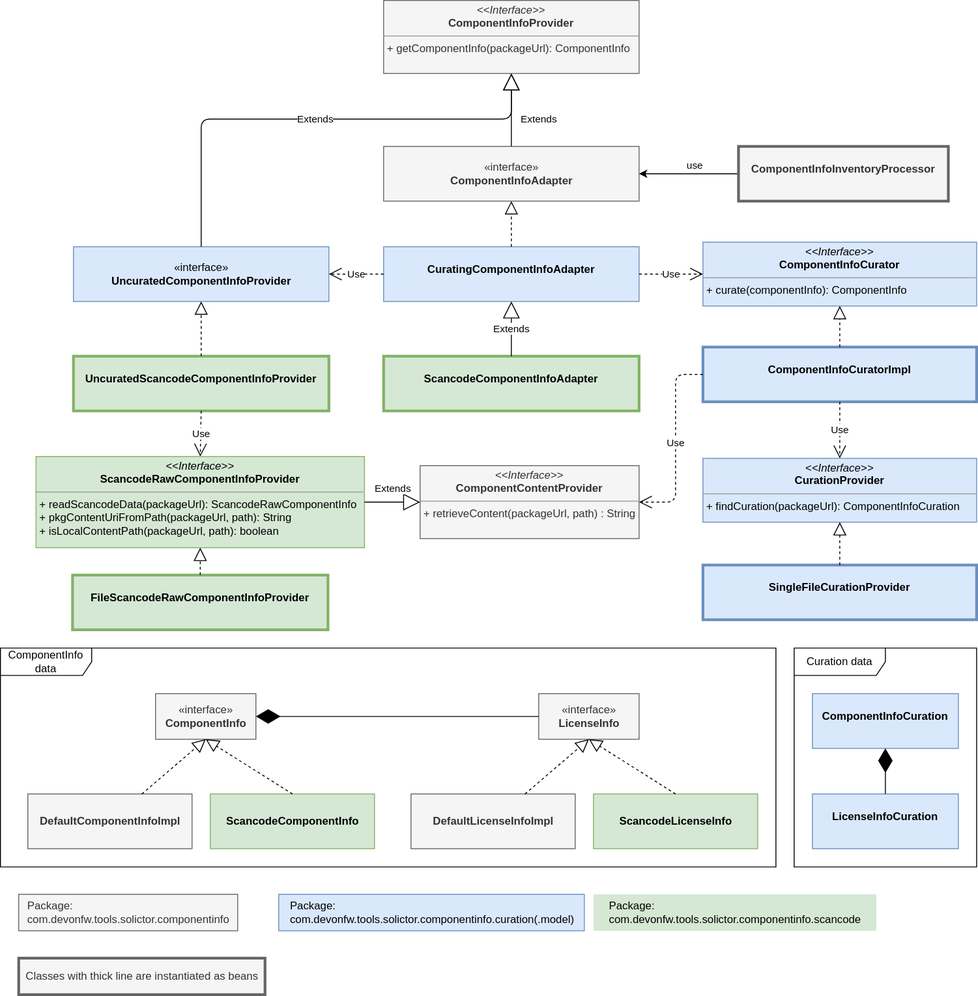
devonfw/solicitor keeps this draw.io diagram as core/src/main/java/com/devonfw/tools/solicitor/componentinfo/doc-files/componentinfo_classes.drawio.svg. Above is the earlier version. Source tidied: cells renumbered, new cells last; positions are measured from the earlier drawing's top-left corner, leaving out a move shared by most shapes.
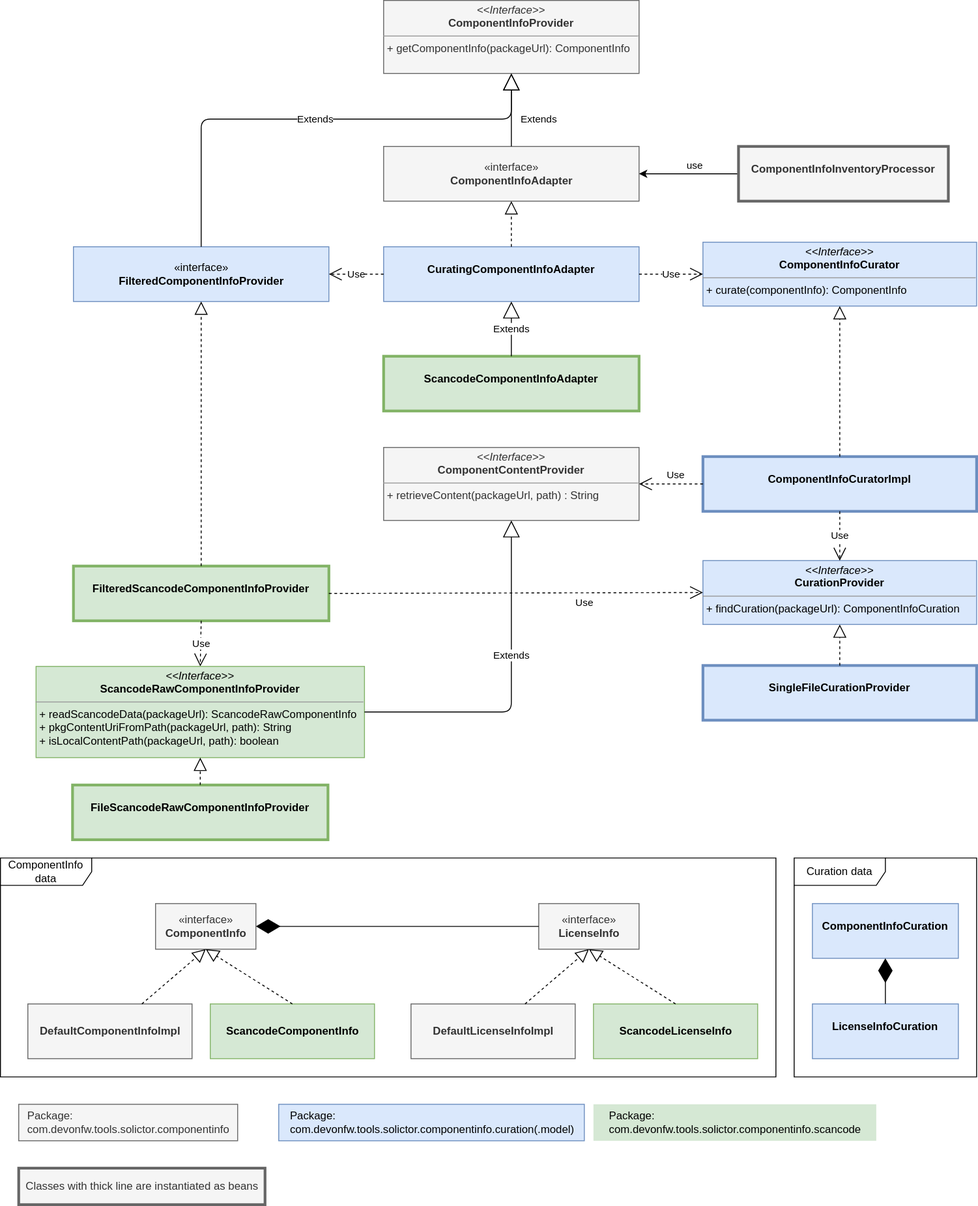
The same diagram one commit later.

The edit, as a diff of the source:
```diff
@@ -27,10 +27,10 @@
       <mxGeometry relative="1" as="geometry" />
     </mxCell>
     <mxCell id="10" value="&lt;p style=&quot;margin: 0px ; margin-top: 4px ; text-align: center&quot;&gt;&lt;i&gt;&amp;lt;&amp;lt;Interface&amp;gt;&amp;gt;&lt;/i&gt;&lt;br&gt;&lt;b&gt;ComponentInfoProvider&lt;/b&gt;&lt;/p&gt;&lt;hr size=&quot;1&quot;&gt;&lt;p style=&quot;margin: 0px ; margin-left: 4px&quot;&gt;&lt;span&gt;+ getComponentInfo(packageUrl): ComponentInfo&lt;/span&gt;&lt;/p&gt;&lt;p style=&quot;margin: 0px ; margin-left: 4px&quot;&gt;&lt;br&gt;&lt;/p&gt;" style="verticalAlign=top;align=left;overflow=fill;fontSize=12;fontFamily=Helvetica;html=1;fillColor=#f5f5f5;strokeColor=#666666;fontColor=#333333;" parent="1" vertex="1">
-      <mxGeometry x="420" width="280" height="80" as="geometry" />
+      <mxGeometry x="420" y="-230" width="280" height="80" as="geometry" />
     </mxCell>
     <mxCell id="11" value="«interface»&lt;br&gt;&lt;b&gt;ComponentInfoAdapter&lt;/b&gt;" style="html=1;fillColor=#f5f5f5;strokeColor=#666666;fontColor=#333333;" parent="1" vertex="1">
-      <mxGeometry x="420" y="160" width="280" height="60" as="geometry" />
+      <mxGeometry x="420" y="-70" width="280" height="60" as="geometry" />
     </mxCell>
     <mxCell id="12" value="Extends" style="endArrow=block;endSize=16;endFill=0;html=1;entryX=0.5;entryY=1;entryDx=0;entryDy=0;exitX=0.5;exitY=0;exitDx=0;exitDy=0;" parent="1" edge="1" source="11" target="10">
       <mxGeometry x="-0.25" y="-30" relative="1" as="geometry" />
@@ -44,28 +44,28 @@
       </mxGeometry>
     </mxCell>
     <mxCell id="15" value="&lt;p style=&quot;margin: 0px ; margin-top: 4px ; text-align: center&quot;&gt;&lt;br&gt;&lt;b&gt;ComponentInfoInventoryProcessor&lt;/b&gt;&lt;/p&gt;" style="verticalAlign=top;align=left;overflow=fill;fontSize=12;fontFamily=Helvetica;html=1;fillColor=#f5f5f5;strokeColor=#666666;fontColor=#333333;strokeWidth=3;" parent="1" vertex="1">
-      <mxGeometry x="809" y="160" width="230" height="60" as="geometry" />
+      <mxGeometry x="809" y="-70" width="230" height="60" as="geometry" />
     </mxCell>
-    <mxCell id="16" value="«interface»&lt;br&gt;&lt;b&gt;UncuratedComponentInfoProvider&lt;/b&gt;" style="html=1;fillColor=#dae8fc;strokeColor=#6c8ebf;" parent="1" vertex="1">
-      <mxGeometry x="80" y="270" width="280" height="60" as="geometry" />
+    <mxCell id="16" value="«interface»&lt;br&gt;&lt;b&gt;FilteredComponentInfoProvider&lt;/b&gt;" style="html=1;fillColor=#dae8fc;strokeColor=#6c8ebf;" parent="1" vertex="1">
+      <mxGeometry x="80" y="40" width="280" height="60" as="geometry" />
     </mxCell>
     <mxCell id="17" value="Extends" style="endArrow=block;endSize=16;endFill=0;html=1;exitX=0.5;exitY=0;exitDx=0;exitDy=0;edgeStyle=orthogonalEdgeStyle;" parent="1" edge="1" source="16">
       <mxGeometry relative="1" as="geometry">
-        <mxPoint x="560" y="80" as="targetPoint" />
+        <mxPoint x="560" y="-150" as="targetPoint" />
         <Array as="points">
-          <mxPoint x="220" y="130" />
-          <mxPoint x="560" y="130" />
+          <mxPoint x="220" y="-100" />
+          <mxPoint x="560" y="-100" />
         </Array>
       </mxGeometry>
     </mxCell>
     <mxCell id="18" value="&lt;p style=&quot;margin: 0px ; margin-top: 4px ; text-align: center&quot;&gt;&lt;br&gt;&lt;b&gt;CuratingComponentInfoAdapter&lt;/b&gt;&lt;/p&gt;" style="verticalAlign=top;align=left;overflow=fill;fontSize=12;fontFamily=Helvetica;html=1;fillColor=#dae8fc;strokeColor=#6c8ebf;" parent="1" vertex="1">
-      <mxGeometry x="420" y="270" width="280" height="60" as="geometry" />
+      <mxGeometry x="420" y="40" width="280" height="60" as="geometry" />
     </mxCell>
     <mxCell id="19" style="endArrow=block;dashed=1;endFill=0;endSize=12;html=1;exitX=0.5;exitY=0;exitDx=0;exitDy=0;entryX=0.5;entryY=1;entryDx=0;entryDy=0;" parent="1" edge="1" source="18" target="11">
       <mxGeometry relative="1" as="geometry" />
     </mxCell>
     <mxCell id="20" value="&lt;p style=&quot;margin: 0px ; margin-top: 4px ; text-align: center&quot;&gt;&lt;i&gt;&amp;lt;&amp;lt;Interface&amp;gt;&amp;gt;&lt;/i&gt;&lt;br&gt;&lt;b&gt;ComponentInfoCurator&lt;/b&gt;&lt;/p&gt;&lt;hr size=&quot;1&quot;&gt;&lt;p style=&quot;margin: 0px ; margin-left: 4px&quot;&gt;+ curate(componentInfo): ComponentInfo&lt;br&gt;&lt;/p&gt;" style="verticalAlign=top;align=left;overflow=fill;fontSize=12;fontFamily=Helvetica;html=1;fillColor=#dae8fc;strokeColor=#6c8ebf;" parent="1" vertex="1">
-      <mxGeometry x="770" y="265" width="300" height="70" as="geometry" />
+      <mxGeometry x="770" y="35" width="300" height="70" as="geometry" />
     </mxCell>
     <mxCell id="21" value="Use" style="endArrow=open;endSize=12;dashed=1;html=1;exitX=1;exitY=0.5;exitDx=0;exitDy=0;entryX=0;entryY=0.5;entryDx=0;entryDy=0;" parent="1" edge="1" source="18" target="20">
       <mxGeometry relative="1" as="geometry" />
@@ -74,19 +74,19 @@
       <mxGeometry relative="1" as="geometry" />
     </mxCell>
     <mxCell id="23" value="&lt;p style=&quot;margin: 0px ; margin-top: 4px ; text-align: center&quot;&gt;&lt;br&gt;&lt;b&gt;ComponentInfoCuratorImpl&lt;/b&gt;&lt;/p&gt;" style="verticalAlign=top;align=left;overflow=fill;fontSize=12;fontFamily=Helvetica;html=1;fillColor=#dae8fc;strokeColor=#6c8ebf;strokeWidth=3;" parent="1" vertex="1">
-      <mxGeometry x="770" y="380" width="300" height="60" as="geometry" />
+      <mxGeometry x="770" y="270" width="300" height="60" as="geometry" />
     </mxCell>
     <mxCell id="24" style="endArrow=block;dashed=1;endFill=0;endSize=12;html=1;exitX=0.5;exitY=0;exitDx=0;exitDy=0;" parent="1" edge="1" source="23" target="20">
       <mxGeometry relative="1" as="geometry" />
     </mxCell>
     <mxCell id="25" value="&lt;p style=&quot;margin: 0px ; margin-top: 4px ; text-align: center&quot;&gt;&lt;i&gt;&amp;lt;&amp;lt;Interface&amp;gt;&amp;gt;&lt;/i&gt;&lt;br&gt;&lt;b&gt;CurationProvider&lt;/b&gt;&lt;/p&gt;&lt;hr size=&quot;1&quot;&gt;&lt;p style=&quot;margin: 0px ; margin-left: 4px&quot;&gt;+ findCuration(packageUrl): ComponentInfoCuration&lt;br&gt;&lt;/p&gt;" style="verticalAlign=top;align=left;overflow=fill;fontSize=12;fontFamily=Helvetica;html=1;fillColor=#dae8fc;strokeColor=#6c8ebf;" parent="1" vertex="1">
-      <mxGeometry x="770" y="502" width="300" height="70" as="geometry" />
+      <mxGeometry x="770" y="384" width="300" height="70" as="geometry" />
     </mxCell>
     <mxCell id="26" value="Use" style="endArrow=open;endSize=12;dashed=1;html=1;entryX=0.5;entryY=0;entryDx=0;entryDy=0;exitX=0.5;exitY=1;exitDx=0;exitDy=0;" parent="1" edge="1" source="23" target="25">
       <mxGeometry relative="1" as="geometry" />
     </mxCell>
     <mxCell id="27" value="&lt;p style=&quot;margin: 0px ; margin-top: 4px ; text-align: center&quot;&gt;&lt;br&gt;&lt;b&gt;SingleFileCurationProvider&lt;/b&gt;&lt;/p&gt;" style="verticalAlign=top;align=left;overflow=fill;fontSize=12;fontFamily=Helvetica;html=1;fillColor=#dae8fc;strokeColor=#6c8ebf;strokeWidth=3;" parent="1" vertex="1">
-      <mxGeometry x="770" y="619" width="300" height="60" as="geometry" />
+      <mxGeometry x="770" y="499" width="300" height="60" as="geometry" />
     </mxCell>
     <mxCell id="28" style="endArrow=block;dashed=1;endFill=0;endSize=12;html=1;entryX=0.5;entryY=1;entryDx=0;entryDy=0;exitX=0.5;exitY=0;exitDx=0;exitDy=0;" parent="1" edge="1" source="27" target="25">
       <mxGeometry relative="1" as="geometry" />
@@ -101,12 +101,12 @@
       <mxGeometry relative="1" as="geometry" />
     </mxCell>
     <mxCell id="32" value="&lt;p style=&quot;margin: 0px ; margin-top: 4px ; text-align: center&quot;&gt;&lt;br&gt;&lt;b&gt;ScancodeComponentInfoAdapter&lt;/b&gt;&lt;/p&gt;" style="verticalAlign=top;align=left;overflow=fill;fontSize=12;fontFamily=Helvetica;html=1;fillColor=#d5e8d4;strokeColor=#82b366;strokeWidth=3;" parent="1" vertex="1">
-      <mxGeometry x="420" y="390" width="280" height="60" as="geometry" />
+      <mxGeometry x="420" y="160" width="280" height="60" as="geometry" />
     </mxCell>
     <mxCell id="33" value="Extends" style="endArrow=block;endSize=16;endFill=0;html=1;entryX=0.5;entryY=1;entryDx=0;entryDy=0;exitX=0.5;exitY=0;exitDx=0;exitDy=0;" parent="1" edge="1" source="32" target="18">
       <mxGeometry relative="1" as="geometry" />
     </mxCell>
-    <mxCell id="34" value="&lt;p style=&quot;margin: 0px ; margin-top: 4px ; text-align: center&quot;&gt;&lt;br&gt;&lt;b&gt;UncuratedScancodeComponentInfoProvider&lt;/b&gt;&lt;/p&gt;" style="verticalAlign=top;align=left;overflow=fill;fontSize=12;fontFamily=Helvetica;html=1;fillColor=#d5e8d4;strokeColor=#82b366;strokeWidth=3;" parent="1" vertex="1">
+    <mxCell id="34" value="&lt;p style=&quot;margin: 0px ; margin-top: 4px ; text-align: center&quot;&gt;&lt;br&gt;&lt;b&gt;FilteredScancodeComponentInfoProvider&lt;/b&gt;&lt;/p&gt;" style="verticalAlign=top;align=left;overflow=fill;fontSize=12;fontFamily=Helvetica;html=1;fillColor=#d5e8d4;strokeColor=#82b366;strokeWidth=3;" parent="1" vertex="1">
       <mxGeometry x="80" y="390" width="280" height="60" as="geometry" />
     </mxCell>
     <mxCell id="35" style="endArrow=block;dashed=1;endFill=0;endSize=12;html=1;entryX=0.5;entryY=1;entryDx=0;entryDy=0;exitX=0.5;exitY=0;exitDx=0;exitDy=0;" parent="1" edge="1" source="34" target="16">
@@ -152,18 +152,25 @@
       <mxGeometry x="20" y="1050" width="270" height="40" as="geometry" />
     </mxCell>
     <mxCell id="49" value="&lt;p style=&quot;margin: 0px ; margin-top: 4px ; text-align: center&quot;&gt;&lt;i&gt;&amp;lt;&amp;lt;Interface&amp;gt;&amp;gt;&lt;/i&gt;&lt;br&gt;&lt;b&gt;ComponentContentProvider&lt;/b&gt;&lt;/p&gt;&lt;hr size=&quot;1&quot;&gt;&lt;p style=&quot;margin: 0px ; margin-left: 4px&quot;&gt;&lt;span&gt;+&amp;nbsp;retrieveContent(packageUrl, path) : String&lt;/span&gt;&lt;br&gt;&lt;/p&gt;" style="verticalAlign=top;align=left;overflow=fill;fontSize=12;fontFamily=Helvetica;html=1;fillColor=#f5f5f5;strokeColor=#666666;fontColor=#333333;" parent="1" vertex="1">
-      <mxGeometry x="460" y="510" width="240" height="80" as="geometry" />
+      <mxGeometry x="420" y="260" width="280" height="80" as="geometry" />
     </mxCell>
-    <mxCell id="50" value="Extends" style="endArrow=block;endSize=16;endFill=0;html=1;entryX=0;entryY=0.5;entryDx=0;entryDy=0;exitX=1;exitY=0.5;exitDx=0;exitDy=0;" parent="1" edge="1" source="37" target="49">
-      <mxGeometry x="0.02" y="15" relative="1" as="geometry" />
+    <mxCell id="50" value="Extends" style="endArrow=block;endSize=16;endFill=0;html=1;entryX=0.5;entryY=1;entryDx=0;entryDy=0;exitX=1;exitY=0.5;exitDx=0;exitDy=0;" parent="1" edge="1" source="37" target="49">
+      <mxGeometry x="0.2" relative="1" as="geometry">
+        <Array as="points">
+          <mxPoint x="560" y="550" />
+        </Array>
+      </mxGeometry>
     </mxCell>
     <mxCell id="51" value="Use" style="endArrow=open;endSize=12;dashed=1;html=1;exitX=0;exitY=0.5;exitDx=0;exitDy=0;edgeStyle=orthogonalEdgeStyle;entryX=1;entryY=0.5;entryDx=0;entryDy=0;" parent="1" edge="1" source="23" target="49">
-      <mxGeometry relative="1" as="geometry">
+      <mxGeometry x="-0.14" y="-10" relative="1" as="geometry">
         <Array as="points">
-          <mxPoint x="740" y="410" />
-          <mxPoint x="740" y="550" />
+          <mxPoint x="740" y="300" />
+          <mxPoint x="740" y="300" />
         </Array>
       </mxGeometry>
     </mxCell>
+    <mxCell id="52" value="Use" style="endArrow=open;endSize=12;dashed=1;html=1;exitX=1;exitY=0.5;exitDx=0;exitDy=0;entryX=0;entryY=0.5;entryDx=0;entryDy=0;" parent="1" edge="1" source="34" target="25">
+      <mxGeometry x="0.37" y="-11" relative="1" as="geometry" />
+    </mxCell>
   </root>
 </mxGraphModel>
```
